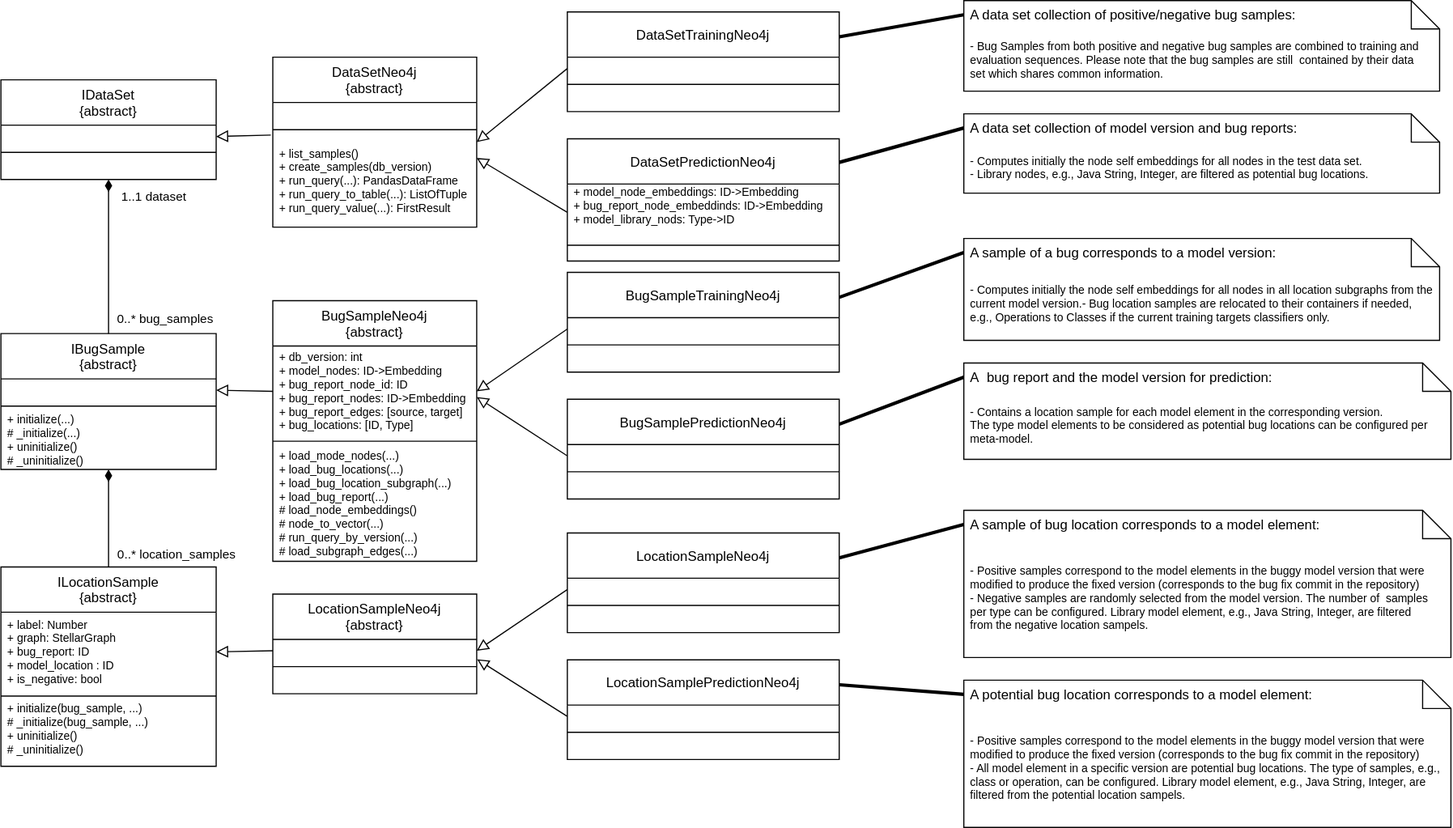
Above: plugins/org.sidiff.bug.localization.prediction/src/buglocalization/dataset/neo4j_data_set_doc.drawio.svg in gelareh1985/buglocalization (draw.io), before the change. Source tidied: cells renumbered, new cells last; positions are measured from the earlier drawing's top-left corner, leaving out a move shared by most shapes.
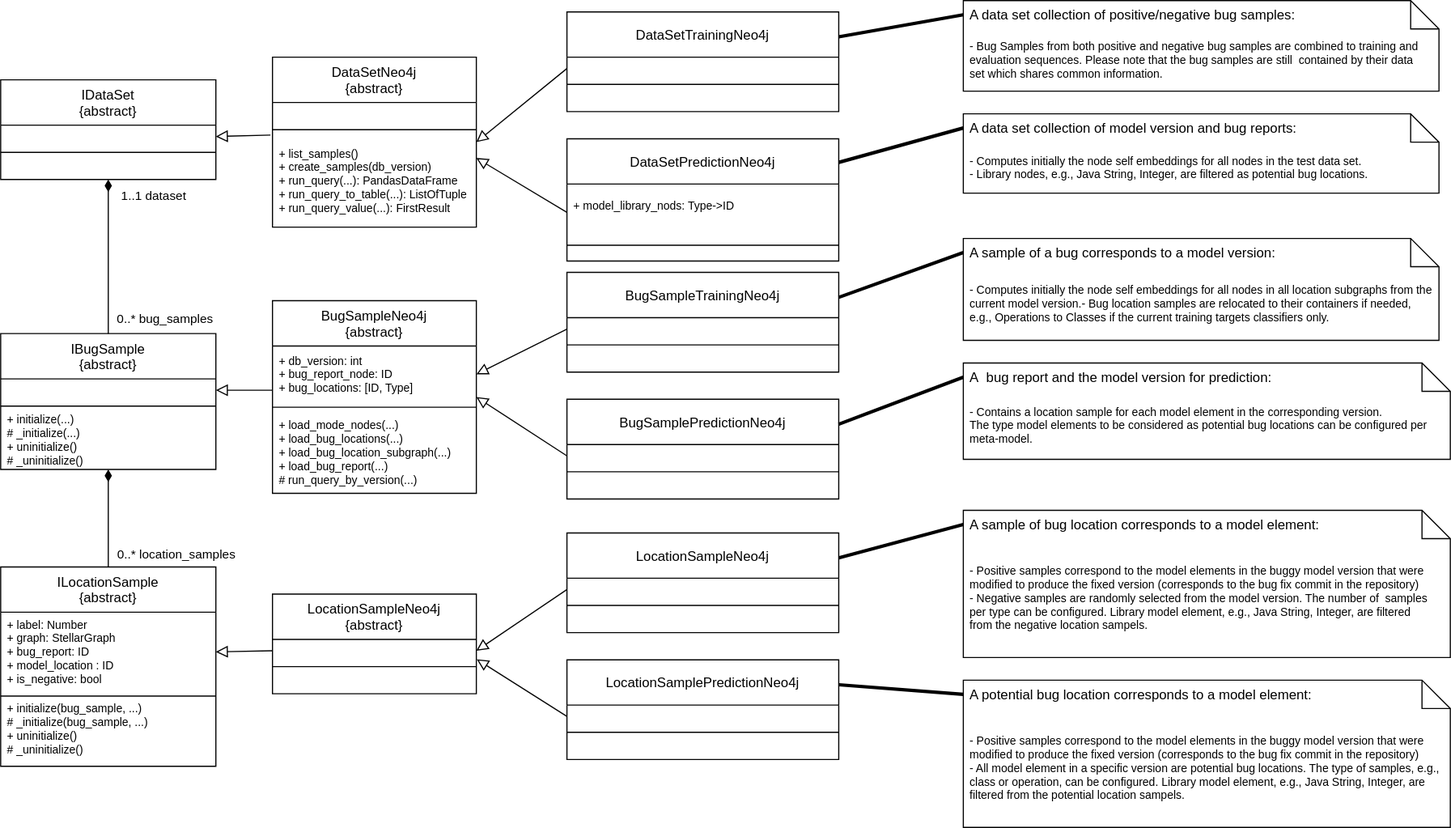
The same file after the commit.

Diff of the diagram source:
```diff
@@ -72,16 +72,16 @@
       <mxGeometry y="68" width="180" height="82" as="geometry" />
     </mxCell>
     <mxCell id="23" value="BugSampleNeo4j&#10;{abstract}" style="swimlane;fontStyle=0;align=center;verticalAlign=top;horizontal=1;startSize=40;" parent="1" vertex="1">
-      <mxGeometry x="240" y="265" width="180" height="230" as="geometry" />
+      <mxGeometry x="240" y="265" width="180" height="170" as="geometry" />
     </mxCell>
-    <mxCell id="24" value="+ db_version: int&#10;+ model_nodes: ID-&gt;Embedding&#10;+ bug_report_node_id: ID&#10;+ bug_report_nodes: ID-&gt;Embedding&#10;+ bug_report_edges: [source, target]&#10;+ bug_locations: [ID, Type]" style="text;strokeColor=none;fillColor=none;align=left;verticalAlign=middle;spacingLeft=4;spacingRight=4;overflow=hidden;points=[[0,0.5],[1,0.5]];portConstraint=eastwest;fontSize=10;" parent="23" vertex="1">
-      <mxGeometry y="40" width="180" height="80" as="geometry" />
+    <mxCell id="24" value="+ db_version: int&#10;+ bug_report_node: ID&#10;+ bug_locations: [ID, Type]" style="text;strokeColor=none;fillColor=none;align=left;verticalAlign=middle;spacingLeft=4;spacingRight=4;overflow=hidden;points=[[0,0.5],[1,0.5]];portConstraint=eastwest;fontSize=10;" parent="23" vertex="1">
+      <mxGeometry y="40" width="180" height="50" as="geometry" />
     </mxCell>
     <mxCell id="25" style="line;strokeWidth=1;fillColor=none;align=left;verticalAlign=middle;spacingTop=-1;spacingLeft=3;spacingRight=3;labelPosition=right;" parent="23" vertex="1">
-      <mxGeometry y="120" width="180" height="8" as="geometry" />
+      <mxGeometry y="90" width="180" height="8" as="geometry" />
     </mxCell>
-    <mxCell id="26" value="+ load_mode_nodes(...)&#10;+ load_bug_locations(...)&#10;+ load_bug_location_subgraph(...)&#10;+ load_bug_report(...)&#10;# load_node_embeddings()&#10;# node_to_vector(...)&#10;# run_query_by_version(...)&#10;# load_subgraph_edges(...)" style="text;strokeColor=none;fillColor=none;align=left;verticalAlign=middle;spacingLeft=4;spacingRight=4;overflow=hidden;fontSize=10;" parent="23" vertex="1">
-      <mxGeometry y="128" width="180" height="102" as="geometry" />
+    <mxCell id="26" value="+ load_mode_nodes(...)&#10;+ load_bug_locations(...)&#10;+ load_bug_location_subgraph(...)&#10;+ load_bug_report(...)&#10;# run_query_by_version(...)" style="text;strokeColor=none;fillColor=none;align=left;verticalAlign=middle;spacingLeft=4;spacingRight=4;overflow=hidden;fontSize=10;" parent="23" vertex="1">
+      <mxGeometry y="98" width="180" height="72" as="geometry" />
     </mxCell>
     <mxCell id="27" value="LocationSampleNeo4j&#10;{abstract}" style="swimlane;fontStyle=0;align=center;verticalAlign=top;horizontal=1;startSize=40;" parent="1" vertex="1">
       <mxGeometry x="240" y="524" width="180" height="88" as="geometry" />
@@ -98,8 +98,10 @@
     <mxCell id="31" style="endArrow=block;rounded=0;align=center;verticalAlign=bottom;endFill=0;labelBackgroundColor=none;endSize=8;entryX=1;entryY=0.5;entryDx=0;entryDy=0;exitX=0;exitY=0.5;exitDx=0;exitDy=0;" parent="1" edge="1" source="28" target="11">
       <mxGeometry relative="1" as="geometry" />
     </mxCell>
-    <mxCell id="32" style="endArrow=block;rounded=0;align=center;verticalAlign=bottom;endFill=0;labelBackgroundColor=none;endSize=8;entryX=1;entryY=0.5;entryDx=0;entryDy=0;exitX=0;exitY=0.5;exitDx=0;exitDy=0;" parent="1" edge="1" source="24" target="7">
-      <mxGeometry relative="1" as="geometry" />
+    <mxCell id="32" style="endArrow=block;rounded=0;align=center;verticalAlign=bottom;endFill=0;labelBackgroundColor=none;endSize=8;entryX=1;entryY=0.5;entryDx=0;entryDy=0;" parent="1" edge="1" target="7">
+      <mxGeometry relative="1" as="geometry">
+        <mxPoint x="240" y="344" as="sourcePoint" />
+      </mxGeometry>
     </mxCell>
     <mxCell id="33" style="endArrow=block;rounded=0;align=center;verticalAlign=bottom;endFill=0;labelBackgroundColor=none;endSize=8;exitX=-0.01;exitY=0.009;exitDx=0;exitDy=0;entryX=1;entryY=0.5;entryDx=0;entryDy=0;exitPerimeter=0;" parent="1" edge="1" source="22" target="3">
       <mxGeometry relative="1" as="geometry" />
@@ -119,7 +121,7 @@
     <mxCell id="38" value="DataSetPredictionNeo4j" style="swimlane;fontStyle=0;align=center;verticalAlign=middle;horizontal=1;startSize=40;" parent="1" vertex="1">
       <mxGeometry x="500" y="122" width="240" height="108" as="geometry" />
     </mxCell>
-    <mxCell id="39" value="+ model_node_embeddings: ID-&gt;Embedding&#10;+ bug_report_node_embeddinds: ID-&gt;Embedding&#10;+ model_library_nods: Type-&gt;ID&#10;" style="text;strokeColor=none;fillColor=none;align=left;verticalAlign=middle;spacingLeft=4;spacingRight=4;overflow=hidden;points=[[0,0.5],[1,0.5]];portConstraint=eastwest;fontSize=10;" parent="38" vertex="1">
+    <mxCell id="39" value="+ model_library_nods: Type-&gt;ID&#10;" style="text;strokeColor=none;fillColor=none;align=left;verticalAlign=middle;spacingLeft=4;spacingRight=4;overflow=hidden;points=[[0,0.5],[1,0.5]];portConstraint=eastwest;fontSize=10;" parent="38" vertex="1">
       <mxGeometry y="40" width="240" height="50" as="geometry" />
     </mxCell>
     <mxCell id="40" style="line;strokeWidth=1;fillColor=none;align=left;verticalAlign=middle;spacingTop=-1;spacingLeft=3;spacingRight=3;labelPosition=right;" parent="38" vertex="1">
```
